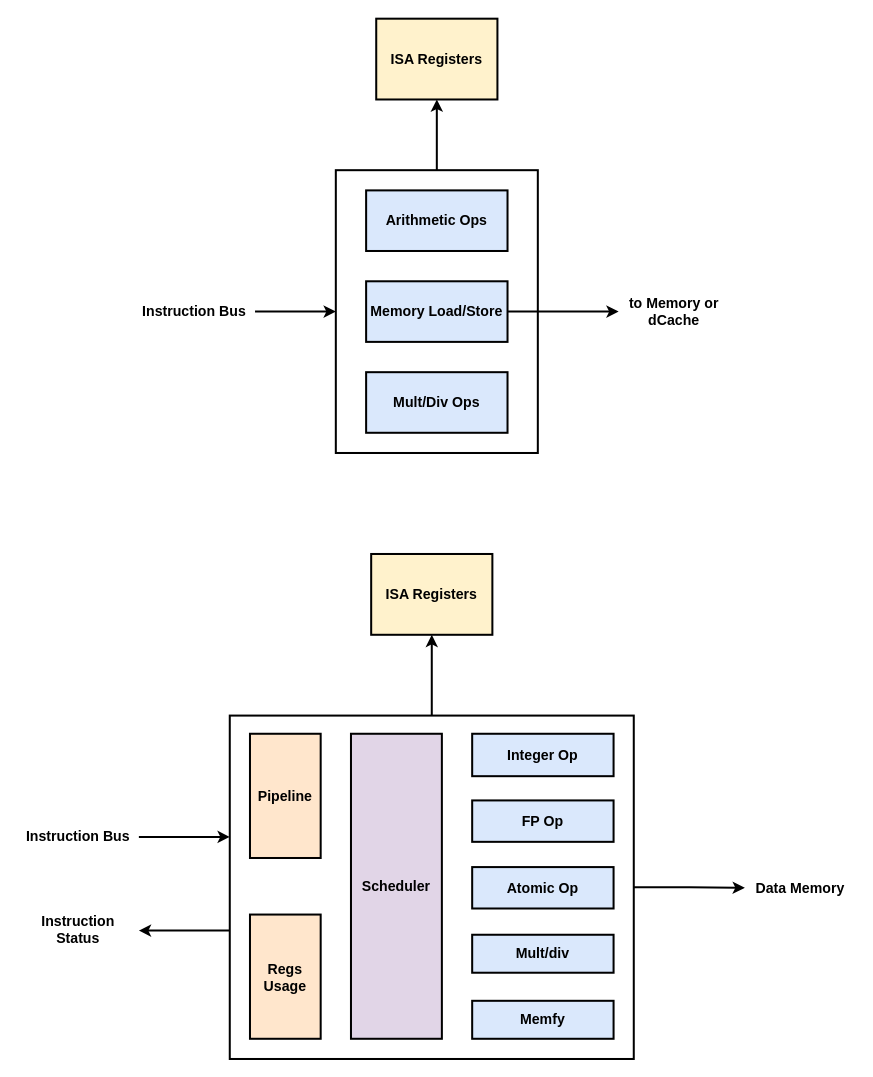
Before: page "Processing Unit" (7 of 11) of doc/friscv.drawio in dpretet/friscv, a draw.io diagram. Source tidied: cells renumbered, new cells numbered last; positions are measured from the earlier drawing's top-left corner, leaving out a move shared by most shapes. Both pictures are drawn from the tidied source at 101%, with x=0, y=0 at pixel (17, 18).
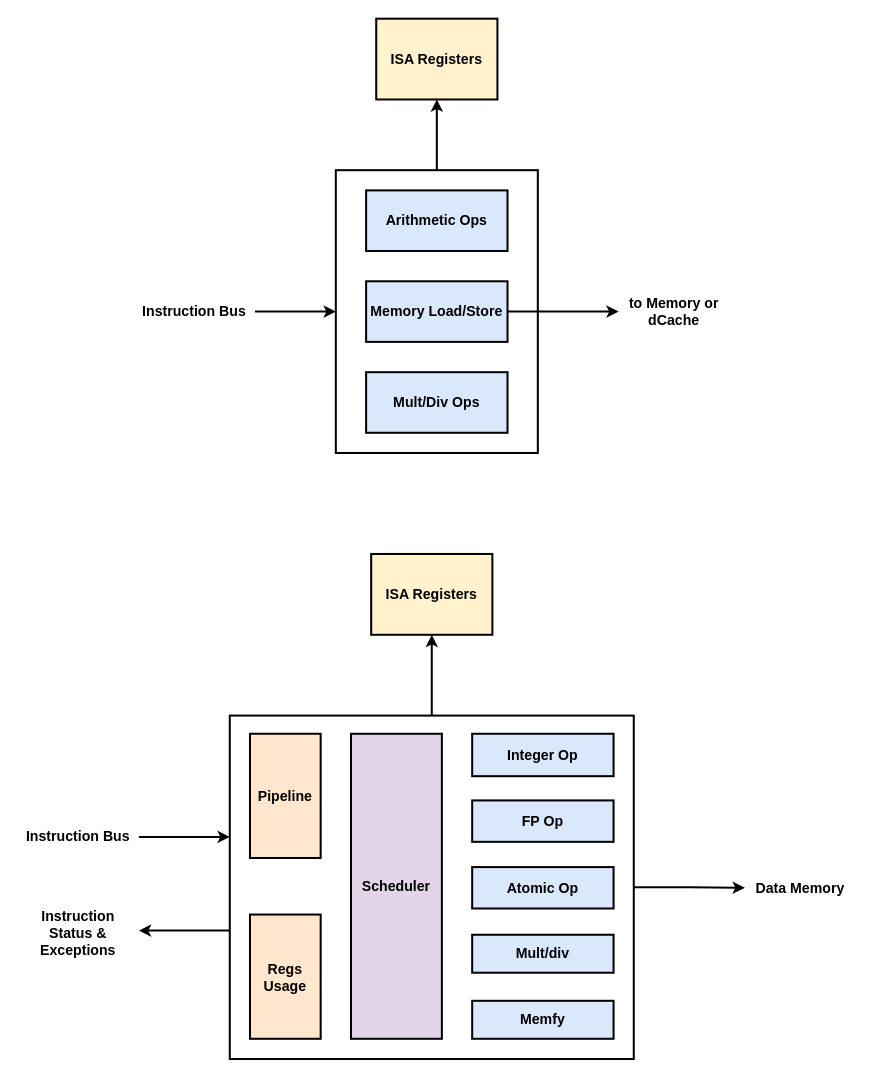
Above is the later version.

Change to the diagram source:
```diff
@@
-    <mxCell id="26" value="Instruction Status" style="text;html=1;strokeColor=none;fillColor=none;align=center;verticalAlign=middle;whiteSpace=wrap;rounded=0;fontSize=14;fontStyle=1;" parent="1" vertex="1">
-      <mxGeometry y="892.4" width="120" height="20" as="geometry" />
+    <mxCell id="26" value="Instruction Status &amp;amp; Exceptions" style="text;html=1;strokeColor=none;fillColor=none;align=center;verticalAlign=middle;whiteSpace=wrap;rounded=0;fontSize=14;fontStyle=1;" parent="1" vertex="1">
+      <mxGeometry y="867" width="120" height="77.6" as="geometry" />
     </mxCell>
```
